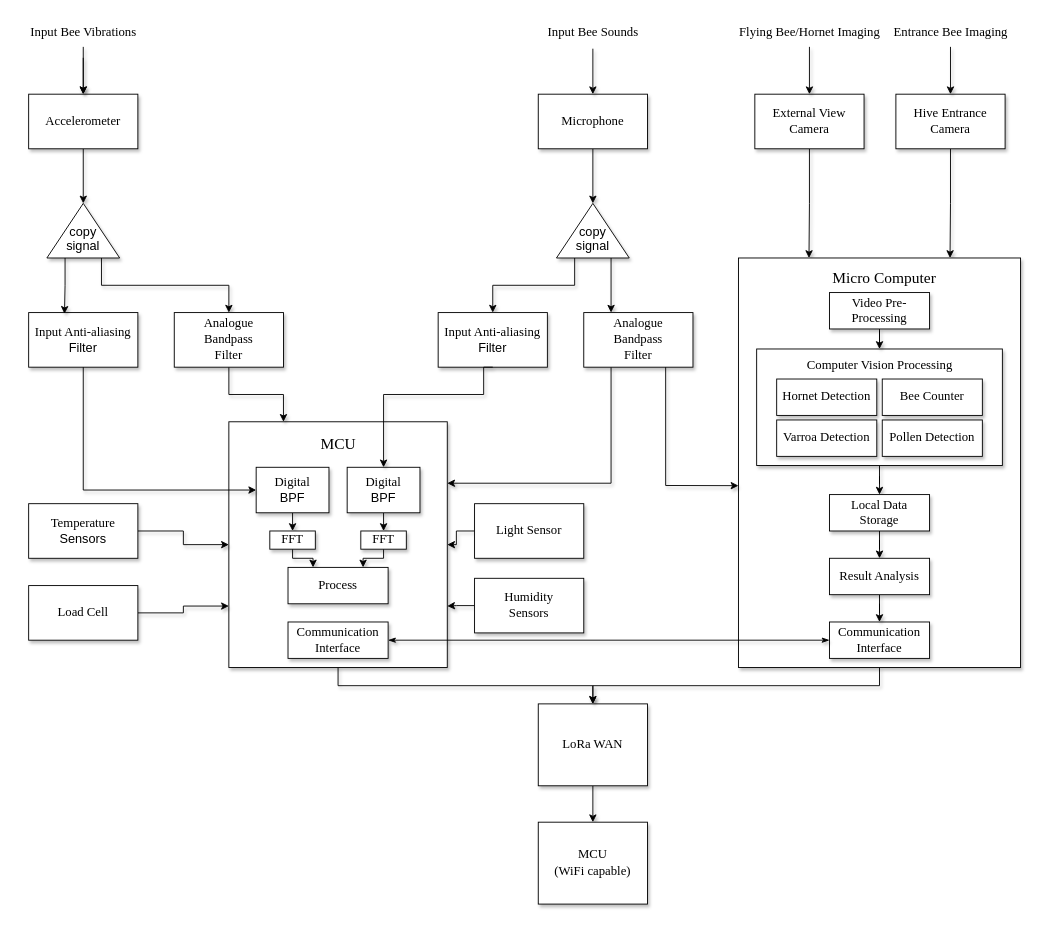
yismailsaadelgedawy/PROJ515 keeps this draw.io diagram as Block Diagrams/Bee_System_Diagram.drawio.xml. Above is the earlier version. Source tidied: cells renumbered, new cells numbered last; positions are measured from the earlier drawing's top-left corner, leaving out a move shared by most shapes. Both pictures are drawn from the tidied source at 91%, with x=0, y=0 at pixel (19, 19).
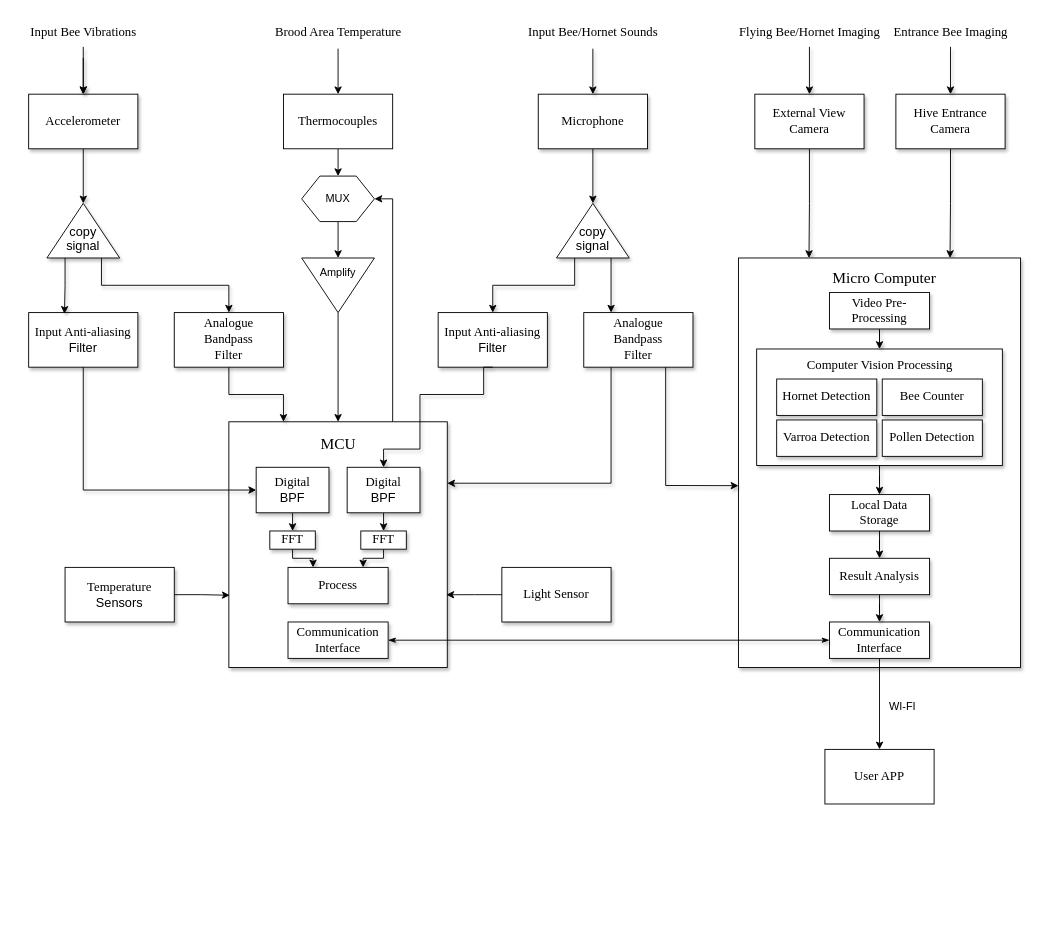
After the change.

Unchanged cells that the change refers to:
```xml
<mxCell id="12" value="&lt;font face=&quot;Times New Roman&quot; style=&quot;font-size: 14px;&quot;&gt;Input Anti-aliasing&lt;/font&gt;&lt;div style=&quot;font-size: 14px;&quot;&gt;&lt;font face=&quot;lTDGk1eCLMmDKs5mCiXz&quot;&gt;Filter&lt;/font&gt;&lt;/div&gt;" style="whiteSpace=wrap;html=1;shadow=1;labelBackgroundColor=none;rounded=0;" parent="1" vertex="1">
  <mxGeometry x="460" y="322" width="120" height="60" as="geometry" />
</mxCell>
<mxCell id="14" style="whiteSpace=wrap;html=1;shadow=1;labelBackgroundColor=none;rounded=0;" parent="1" vertex="1">
  <mxGeometry x="230" y="442" width="240" height="270" as="geometry" />
</mxCell>
<mxCell id="28" value="&lt;font face=&quot;Times New Roman&quot; style=&quot;font-size: 14px;&quot;&gt;Digital&lt;/font&gt;&lt;div style=&quot;font-size: 14px;&quot;&gt;&lt;font face=&quot;dWgHkMYXXi90JTZZvwNM&quot; style=&quot;font-size: 14px;&quot;&gt;BPF&lt;/font&gt;&lt;/div&gt;" style="whiteSpace=wrap;html=1;shadow=1;labelBackgroundColor=none;rounded=0;" parent="1" vertex="1">
  <mxGeometry x="360" y="492" width="80" height="50" as="geometry" />
</mxCell>
<mxCell id="56" style="whiteSpace=wrap;html=1;shadow=1;labelBackgroundColor=none;rounded=0;" parent="1" vertex="1">
  <mxGeometry x="790" y="262" width="310" height="450" as="geometry" />
</mxCell>
<mxCell id="66" value="&lt;font face=&quot;Times New Roman&quot; style=&quot;font-size: 14px;&quot;&gt;Communication Interface&lt;/font&gt;" style="whiteSpace=wrap;html=1;shadow=1;labelBackgroundColor=none;rounded=0;" parent="1" vertex="1">
  <mxGeometry x="890" y="662" width="110" height="40" as="geometry" />
</mxCell>
```

What changed in the source:
```diff
@@
-    <mxCell id="13" style="edgeStyle=orthogonalEdgeStyle;rounded=0;jettySize=auto;html=1;exitX=0.5;exitY=1;exitDx=0;exitDy=0;entryX=0.5;entryY=0;entryDx=0;entryDy=0;shadow=1;labelBackgroundColor=none;" parent="1" edge="1" source="14" target="41">
-      <mxGeometry relative="1" as="geometry" />
-    </mxCell>
+    <mxCell id="76" style="edgeStyle=orthogonalEdgeStyle;rounded=0;jettySize=auto;html=1;exitX=0.75;exitY=0;exitDx=0;exitDy=0;entryX=1;entryY=0.5;entryDx=0;entryDy=0;" parent="1" edge="1" source="14" target="85">
+      <mxGeometry relative="1" as="geometry" />
+    </mxCell>
@@
-    <mxCell id="21" value="&lt;font face=&quot;Times New Roman&quot; style=&quot;font-size: 14px;&quot;&gt;Input Bee Sounds&lt;/font&gt;" style="text;html=1;align=center;verticalAlign=middle;points=[];strokeColor=none;fillColor=none;shadow=1;labelBackgroundColor=none;rounded=0;" parent="1" vertex="1">
-      <mxGeometry x="570" width="120" height="30" as="geometry" />
+    <mxCell id="21" value="&lt;font face=&quot;Times New Roman&quot; style=&quot;font-size: 14px;&quot;&gt;Input Bee/Hornet Sounds&lt;/font&gt;" style="text;html=1;align=center;verticalAlign=middle;points=[];strokeColor=none;fillColor=none;shadow=1;labelBackgroundColor=none;rounded=0;" parent="1" vertex="1">
+      <mxGeometry x="545" width="170" height="30" as="geometry" />
     </mxCell>
@@
-    <mxCell id="36" style="edgeStyle=orthogonalEdgeStyle;rounded=0;jettySize=auto;html=1;exitX=1;exitY=0.5;exitDx=0;exitDy=0;entryX=0;entryY=0.5;entryDx=0;entryDy=0;shadow=1;labelBackgroundColor=none;" parent="1" edge="1" source="37" target="14">
-      <mxGeometry relative="1" as="geometry" />
-    </mxCell>
     <mxCell id="37" value="&lt;font face=&quot;Times New Roman&quot; style=&quot;font-size: 14px;&quot;&gt;Temperature&lt;/font&gt;&lt;div style=&quot;font-size: 14px;&quot;&gt;&lt;font face=&quot;aMQIDSs4MO4cSh3Q_YIG&quot; style=&quot;font-size: 14px;&quot;&gt;Sensors&lt;/font&gt;&lt;/div&gt;" style="whiteSpace=wrap;html=1;shadow=1;labelBackgroundColor=none;rounded=0;" parent="1" vertex="1">
-      <mxGeometry x="10" y="532" width="120" height="60" as="geometry" />
+      <mxGeometry x="50" y="602" width="120" height="60" as="geometry" />
     </mxCell>
-    <mxCell id="38" style="edgeStyle=orthogonalEdgeStyle;rounded=0;jettySize=auto;html=1;entryX=1;entryY=0.75;entryDx=0;entryDy=0;shadow=1;labelBackgroundColor=none;" parent="1" edge="1" source="39" target="14">
-      <mxGeometry relative="1" as="geometry" />
-    </mxCell>
-    <mxCell id="39" value="&lt;font face=&quot;Times New Roman&quot;&gt;&lt;span style=&quot;font-size: 14px;&quot;&gt;Humidity&lt;/span&gt;&lt;/font&gt;&lt;br&gt;&lt;div style=&quot;font-size: 14px;&quot;&gt;&lt;font face=&quot;Times New Roman&quot; style=&quot;font-size: 14px;&quot;&gt;Sensors&lt;/font&gt;&lt;/div&gt;" style="whiteSpace=wrap;html=1;shadow=1;labelBackgroundColor=none;rounded=0;" parent="1" vertex="1">
-      <mxGeometry x="500" y="614" width="120" height="60" as="geometry" />
-    </mxCell>
-    <mxCell id="40" style="edgeStyle=orthogonalEdgeStyle;rounded=0;jettySize=auto;html=1;exitX=0.5;exitY=1;exitDx=0;exitDy=0;shadow=1;labelBackgroundColor=none;" parent="1" edge="1" source="41" target="42">
-      <mxGeometry relative="1" as="geometry" />
-    </mxCell>
-    <mxCell id="41" value="&lt;font face=&quot;Times New Roman&quot; style=&quot;font-size: 14px;&quot;&gt;LoRa WAN&lt;/font&gt;" style="whiteSpace=wrap;html=1;shadow=1;labelBackgroundColor=none;rounded=0;" parent="1" vertex="1">
-      <mxGeometry x="570" y="752" width="120" height="90" as="geometry" />
-    </mxCell>
-    <mxCell id="42" value="&lt;font face=&quot;Times New Roman&quot; style=&quot;font-size: 14px;&quot;&gt;MCU&lt;/font&gt;&lt;div style=&quot;font-size: 14px;&quot;&gt;&lt;font face=&quot;Times New Roman&quot; style=&quot;font-size: 14px;&quot;&gt;(WiFi capable)&lt;/font&gt;&lt;/div&gt;" style="whiteSpace=wrap;html=1;shadow=1;labelBackgroundColor=none;rounded=0;" parent="1" vertex="1">
-      <mxGeometry x="570" y="882" width="120" height="90" as="geometry" />
-    </mxCell>
-    <mxCell id="43" style="edgeStyle=orthogonalEdgeStyle;rounded=0;jettySize=auto;html=1;exitX=1;exitY=0.5;exitDx=0;exitDy=0;entryX=0;entryY=0.75;entryDx=0;entryDy=0;shadow=1;labelBackgroundColor=none;" parent="1" edge="1" source="44" target="14">
-      <mxGeometry relative="1" as="geometry" />
-    </mxCell>
-    <mxCell id="44" value="&lt;font face=&quot;Times New Roman&quot; style=&quot;font-size: 14px;&quot;&gt;Load Cell&lt;/font&gt;" style="whiteSpace=wrap;html=1;shadow=1;labelBackgroundColor=none;rounded=0;" parent="1" vertex="1">
-      <mxGeometry x="10" y="622" width="120" height="60" as="geometry" />
-    </mxCell>
-    <mxCell id="45" style="edgeStyle=orthogonalEdgeStyle;rounded=0;jettySize=auto;html=1;entryX=1;entryY=0.5;entryDx=0;entryDy=0;shadow=1;labelBackgroundColor=none;" parent="1" edge="1" source="46" target="14">
-      <mxGeometry relative="1" as="geometry" />
-    </mxCell>
     <mxCell id="46" value="&lt;font face=&quot;Times New Roman&quot; style=&quot;font-size: 14px;&quot;&gt;Light Sensor&lt;/font&gt;" style="whiteSpace=wrap;html=1;shadow=1;labelBackgroundColor=none;rounded=0;" parent="1" vertex="1">
-      <mxGeometry x="500" y="532" width="120" height="60" as="geometry" />
+      <mxGeometry x="530" y="602" width="120" height="60" as="geometry" />
     </mxCell>
@@
-    <mxCell id="55" style="edgeStyle=orthogonalEdgeStyle;rounded=0;jettySize=auto;html=1;exitX=0.5;exitY=1;exitDx=0;exitDy=0;entryX=0.5;entryY=0;entryDx=0;entryDy=0;shadow=1;labelBackgroundColor=none;" parent="1" edge="1" source="56" target="41">
-      <mxGeometry relative="1" as="geometry" />
-    </mxCell>
@@
+    <mxCell id="77" style="edgeStyle=orthogonalEdgeStyle;rounded=0;jettySize=auto;html=1;exitX=0.5;exitY=1;exitDx=0;exitDy=0;entryX=0.5;entryY=0;entryDx=0;entryDy=0;" parent="1" edge="1" source="66" target="78">
+      <mxGeometry relative="1" as="geometry" />
+    </mxCell>
@@
     <mxCell id="74" style="edgeStyle=orthogonalEdgeStyle;rounded=0;jettySize=auto;html=1;exitX=0.5;exitY=1;exitDx=0;exitDy=0;entryX=0.5;entryY=0;entryDx=0;entryDy=0;shadow=1;labelBackgroundColor=none;" parent="1" edge="1" source="12" target="28">
       <mxGeometry relative="1" as="geometry">
         <Array as="points">
+          <mxPoint x="510" y="382" />
           <mxPoint x="510" y="412" />
-          <mxPoint x="400" y="412" />
+          <mxPoint x="440" y="412" />
+          <mxPoint x="440" y="472" />
+          <mxPoint x="400" y="472" />
         </Array>
       </mxGeometry>
     </mxCell>
@@
+    <mxCell id="45" style="edgeStyle=orthogonalEdgeStyle;rounded=0;jettySize=auto;html=1;exitX=0;exitY=0.5;exitDx=0;exitDy=0;entryX=0.996;entryY=0.704;entryDx=0;entryDy=0;entryPerimeter=0;" parent="1" edge="1" source="46" target="14">
+      <mxGeometry relative="1" as="geometry" />
+    </mxCell>
+    <mxCell id="36" style="edgeStyle=orthogonalEdgeStyle;rounded=0;jettySize=auto;html=1;exitX=1;exitY=0.5;exitDx=0;exitDy=0;entryX=0.004;entryY=0.706;entryDx=0;entryDy=0;entryPerimeter=0;" parent="1" edge="1" source="37" target="14">
+      <mxGeometry relative="1" as="geometry" />
+    </mxCell>
+    <mxCell id="78" value="&lt;font style=&quot;font-size: 14px;&quot; face=&quot;Times New Roman&quot;&gt;User APP&lt;/font&gt;" style="rounded=0;whiteSpace=wrap;html=1;" parent="1" vertex="1">
+      <mxGeometry x="885" y="802" width="120" height="60" as="geometry" />
+    </mxCell>
+    <mxCell id="79" value="WI-FI" style="text;html=1;align=center;verticalAlign=middle;strokeColor=none;fillColor=none;" parent="1" vertex="1">
+      <mxGeometry x="945" y="740" width="50" height="30" as="geometry" />
+    </mxCell>
+    <mxCell id="80" style="edgeStyle=orthogonalEdgeStyle;rounded=0;jettySize=auto;html=1;exitX=0.5;exitY=1;exitDx=0;exitDy=0;entryX=0.5;entryY=0;entryDx=0;entryDy=0;" parent="1" edge="1" source="81" target="85">
+      <mxGeometry relative="1" as="geometry" />
+    </mxCell>
+    <mxCell id="81" value="&lt;font style=&quot;font-size: 14px;&quot; face=&quot;Times New Roman&quot;&gt;Thermocouples&lt;/font&gt;" style="rounded=0;whiteSpace=wrap;html=1;" parent="1" vertex="1">
+      <mxGeometry x="290" y="82" width="120" height="60" as="geometry" />
+    </mxCell>
+    <mxCell id="82" style="edgeStyle=orthogonalEdgeStyle;rounded=0;jettySize=auto;html=1;exitX=1;exitY=0.5;exitDx=0;exitDy=0;entryX=0.5;entryY=0;entryDx=0;entryDy=0;" parent="1" edge="1" source="83" target="14">
+      <mxGeometry relative="1" as="geometry" />
+    </mxCell>
+    <mxCell id="83" value="Amplify&lt;div&gt;&lt;br&gt;&lt;/div&gt;&lt;div&gt;&lt;br&gt;&lt;/div&gt;" style="triangle;whiteSpace=wrap;html=1;direction=south;" parent="1" vertex="1">
+      <mxGeometry x="310" y="262" width="80" height="60" as="geometry" />
+    </mxCell>
+    <mxCell id="84" style="edgeStyle=orthogonalEdgeStyle;rounded=0;jettySize=auto;html=1;exitX=0.5;exitY=1;exitDx=0;exitDy=0;entryX=0;entryY=0.5;entryDx=0;entryDy=0;" parent="1" edge="1" source="85" target="83">
+      <mxGeometry relative="1" as="geometry" />
+    </mxCell>
+    <mxCell id="85" value="MUX" style="shape=hexagon;perimeter=hexagonPerimeter2;whiteSpace=wrap;html=1;fixedSize=1;" parent="1" vertex="1">
+      <mxGeometry x="310" y="172" width="80" height="50" as="geometry" />
+    </mxCell>
+    <mxCell id="86" value="&lt;font style=&quot;font-size: 14px;&quot; face=&quot;Times New Roman&quot;&gt;Brood Area Temperature&lt;/font&gt;" style="text;html=1;align=center;verticalAlign=middle;strokeColor=none;fillColor=none;" parent="1" vertex="1">
+      <mxGeometry x="270" width="160" height="30" as="geometry" />
+    </mxCell>
+    <mxCell id="87" style="endArrow=classic;html=1;rounded=0;entryX=0.5;entryY=0;entryDx=0;entryDy=0;" parent="1" edge="1" target="81">
+      <mxGeometry relative="1" as="geometry">
+        <mxPoint x="350" y="32" as="sourcePoint" />
+      </mxGeometry>
+    </mxCell>
```
